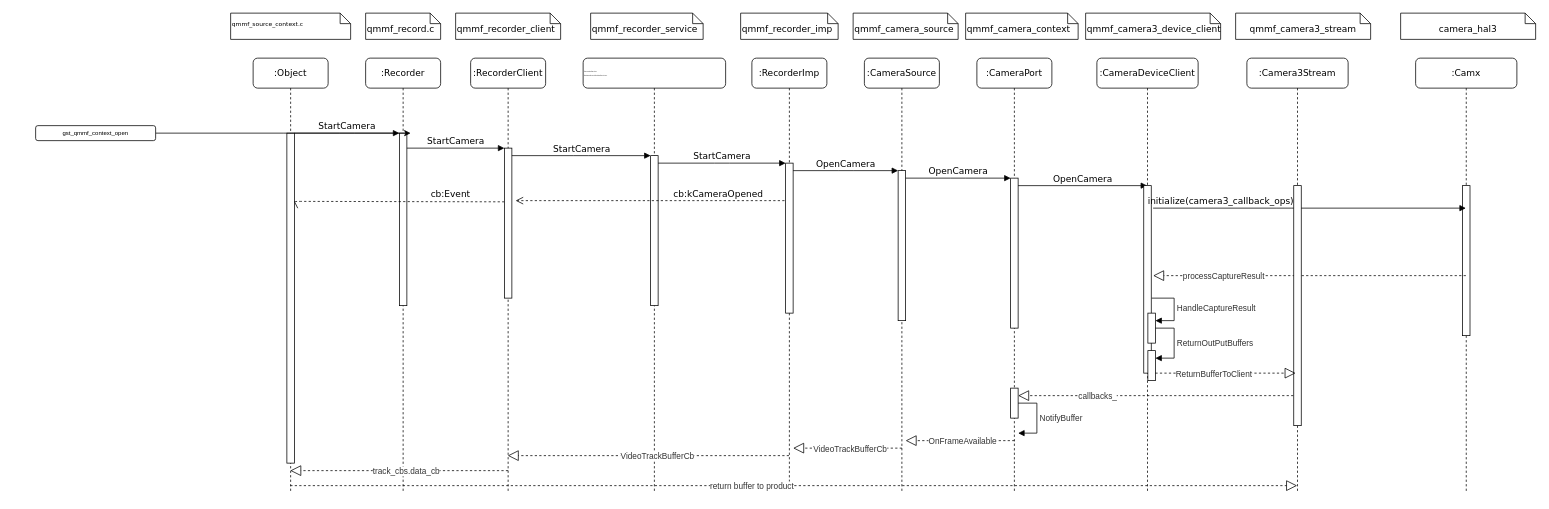
wangcen17/BookNote keeps this draw.io diagram as CameraCapture.drawio. Above is the earlier version. Source tidied: cells renumbered, new cells numbered last; positions are measured from the earlier drawing's top-left corner, leaving out a move shared by most shapes. Both pictures are drawn from the tidied source at 75%, with x=0, y=0 at pixel (35, 13).
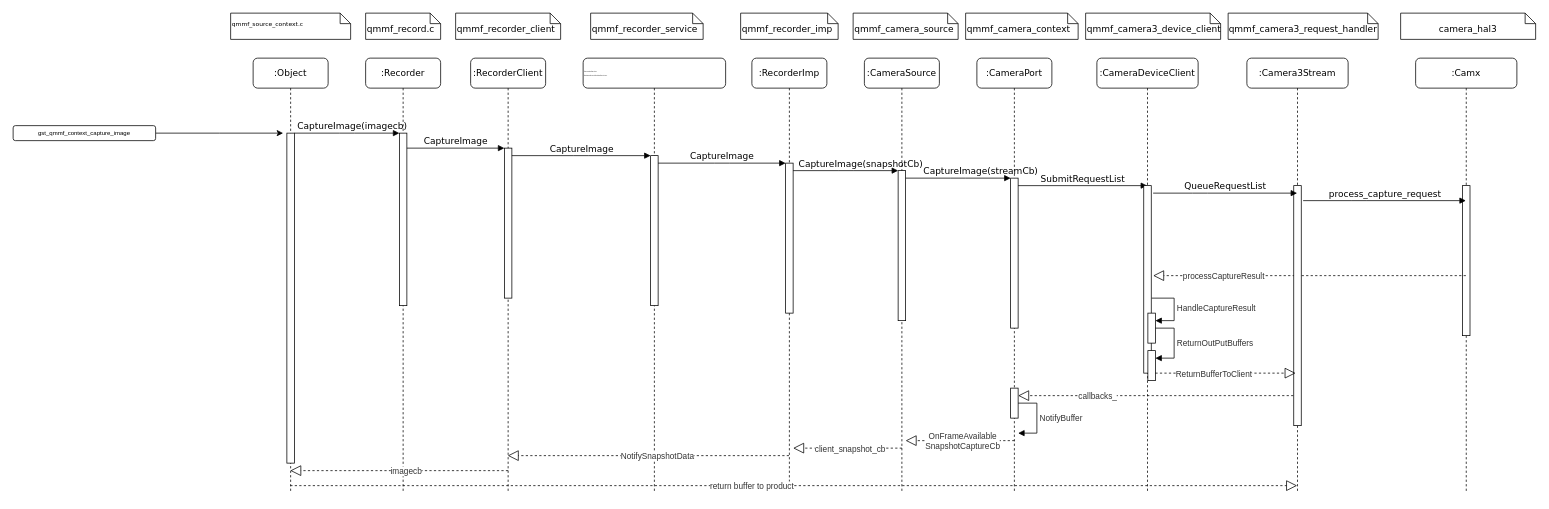
After the change.

Unchanged cells that the change refers to:
```xml
<mxCell id="2" value=":Recorder" style="shape=umlLifeline;perimeter=lifelinePerimeter;whiteSpace=wrap;html=1;rounded=1;shadow=0;comic=0;labelBackgroundColor=none;strokeWidth=1;fontFamily=Verdana;fontSize=12;align=center;" parent="1" vertex="1">
  <mxGeometry x="440" y="60" width="100" height="580" as="geometry" />
</mxCell>
<mxCell id="3" style="html=1;points=[];perimeter=orthogonalPerimeter;rounded=0;shadow=0;comic=0;labelBackgroundColor=none;strokeWidth=1;fontFamily=Verdana;fontSize=12;align=center;" parent="2" vertex="1">
  <mxGeometry x="45" y="100" width="10" height="230" as="geometry" />
</mxCell>
<mxCell id="6" style="html=1;points=[];perimeter=orthogonalPerimeter;rounded=0;shadow=0;comic=0;labelBackgroundColor=none;strokeWidth=1;fontFamily=Verdana;fontSize=12;align=center;" parent="5" vertex="1">
  <mxGeometry x="45" y="120" width="10" height="200" as="geometry" />
</mxCell>
<mxCell id="7" style="endArrow=block;dashed=1;endFill=0;endSize=12;html=1;rounded=0;fontSize=11;fontColor=#333333;" parent="5" edge="1" target="12">
  <mxGeometry relative="1" as="geometry">
    <mxPoint x="50" y="550" as="sourcePoint" />
  </mxGeometry>
</mxCell>
<mxCell id="9" value="&lt;p style=&quot;font-size: 2px;&quot;&gt;RecorderService:&lt;/p&gt;&lt;p style=&quot;font-size: 2px;&quot;&gt;BnInterface&amp;lt;IRcoiderService&amp;gt;&lt;/p&gt;" style="shape=umlLifeline;perimeter=lifelinePerimeter;whiteSpace=wrap;html=1;rounded=1;shadow=0;comic=0;labelBackgroundColor=none;strokeWidth=1;fontFamily=Verdana;fontSize=2;align=left;" parent="1" vertex="1">
  <mxGeometry x="730" y="60" width="190" height="580" as="geometry" />
</mxCell>
<mxCell id="12" value=":Object" style="shape=umlLifeline;perimeter=lifelinePerimeter;whiteSpace=wrap;html=1;outlineConnect=0;rounded=1;shadow=0;comic=0;labelBackgroundColor=none;strokeWidth=1;fontFamily=Verdana;fontSize=12;align=center;" parent="1" vertex="1">
  <mxGeometry x="290" y="60" width="100" height="580" as="geometry" />
</mxCell>
<mxCell id="13" style="html=1;points=[];perimeter=orthogonalPerimeter;rounded=0;shadow=0;comic=0;labelBackgroundColor=none;strokeWidth=1;fontFamily=Verdana;fontSize=12;align=center;" parent="12" vertex="1">
  <mxGeometry x="45" y="100" width="10" height="440" as="geometry" />
</mxCell>
<mxCell id="25" value=":RecorderImp" style="shape=umlLifeline;perimeter=lifelinePerimeter;whiteSpace=wrap;html=1;outlineConnect=0;rounded=1;shadow=0;comic=0;labelBackgroundColor=none;strokeWidth=1;fontFamily=Verdana;fontSize=12;align=center;" parent="1" vertex="1">
  <mxGeometry x="955" y="60" width="100" height="580" as="geometry" />
</mxCell>
<mxCell id="26" style="html=1;points=[];perimeter=orthogonalPerimeter;rounded=0;shadow=0;comic=0;labelBackgroundColor=none;strokeWidth=1;fontFamily=Verdana;fontSize=12;align=center;" parent="25" vertex="1">
  <mxGeometry x="45" y="140" width="10" height="200" as="geometry" />
</mxCell>
<mxCell id="28" value=":CameraSource" style="shape=umlLifeline;perimeter=lifelinePerimeter;whiteSpace=wrap;html=1;rounded=1;shadow=0;comic=0;labelBackgroundColor=none;strokeWidth=1;fontFamily=Verdana;fontSize=12;align=center;" parent="1" vertex="1">
  <mxGeometry x="1105" y="60" width="100" height="580" as="geometry" />
</mxCell>
<mxCell id="32" value=":CameraPort" style="shape=umlLifeline;perimeter=lifelinePerimeter;whiteSpace=wrap;html=1;rounded=1;shadow=0;comic=0;labelBackgroundColor=none;strokeWidth=1;fontFamily=Verdana;fontSize=12;align=center;" parent="1" vertex="1">
  <mxGeometry x="1255" y="60" width="100" height="580" as="geometry" />
</mxCell>
<mxCell id="39" value=":CameraDeviceClient" style="shape=umlLifeline;perimeter=lifelinePerimeter;whiteSpace=wrap;html=1;outlineConnect=0;rounded=1;shadow=0;comic=0;labelBackgroundColor=none;strokeWidth=1;fontFamily=Verdana;fontSize=12;align=center;" parent="1" vertex="1">
  <mxGeometry x="1415" y="60" width="135" height="580" as="geometry" />
</mxCell>
<mxCell id="48" value=":Camx" style="shape=umlLifeline;perimeter=lifelinePerimeter;whiteSpace=wrap;html=1;outlineConnect=0;rounded=1;shadow=0;comic=0;labelBackgroundColor=none;strokeWidth=1;fontFamily=Verdana;fontSize=12;align=center;" parent="1" vertex="1">
  <mxGeometry x="1840" y="60" width="135" height="580" as="geometry" />
</mxCell>
<mxCell id="54" value=":Camera3Stream" style="shape=umlLifeline;perimeter=lifelinePerimeter;whiteSpace=wrap;html=1;outlineConnect=0;rounded=1;shadow=0;comic=0;labelBackgroundColor=none;strokeWidth=1;fontFamily=Verdana;fontSize=12;align=center;" parent="1" vertex="1">
  <mxGeometry x="1615" y="60" width="135" height="580" as="geometry" />
</mxCell>
<mxCell id="58" style="endArrow=block;dashed=1;endFill=0;endSize=12;html=1;rounded=0;fontSize=11;fontColor=#333333;" parent="1" edge="1">
  <mxGeometry relative="1" as="geometry">
    <mxPoint x="1305.1" y="570" as="sourcePoint" />
    <mxPoint x="1160" y="570" as="targetPoint" />
  </mxGeometry>
</mxCell>
<mxCell id="60" style="endArrow=block;dashed=1;endFill=0;endSize=12;html=1;rounded=0;fontSize=11;fontColor=#333333;" parent="1" edge="1">
  <mxGeometry relative="1" as="geometry">
    <mxPoint x="1155.1" y="580" as="sourcePoint" />
    <mxPoint x="1010" y="580" as="targetPoint" />
  </mxGeometry>
</mxCell>
<mxCell id="62" style="endArrow=block;dashed=1;endFill=0;endSize=12;html=1;rounded=0;fontSize=11;fontColor=#333333;" parent="1" edge="1" source="25" target="5">
  <mxGeometry relative="1" as="geometry">
    <Array as="points">
      <mxPoint x="940" y="590" />
    </Array>
  </mxGeometry>
</mxCell>
```

The edit, as a diff of the source:
```diff
@@
-    <mxCell id="4" value="cb:Event" style="html=1;verticalAlign=bottom;endArrow=open;dashed=1;endSize=8;labelBackgroundColor=none;fontFamily=Verdana;fontSize=12;edgeStyle=elbowEdgeStyle;elbow=vertical;exitX=0;exitY=0.358;exitDx=0;exitDy=0;exitPerimeter=0;" parent="2" edge="1" source="6">
-      <mxGeometry x="-0.48" relative="1" as="geometry">
-        <mxPoint x="-95" y="190" as="targetPoint" />
-      </mxGeometry>
-    </mxCell>
@@
-    <mxCell id="8" value="track_cbs.data_cb" style="edgeLabel;html=1;align=center;verticalAlign=middle;fontSize=11;fontColor=#333333;" parent="7" vertex="1">
+    <mxCell id="8" value="imagecb" style="edgeLabel;html=1;align=center;verticalAlign=middle;fontSize=11;fontColor=#333333;" parent="7" vertex="1">
       <mxGeometry x="-0.08" relative="1" as="geometry">
         <mxPoint x="-3" as="offset" />
       </mxGeometry>
     </mxCell>
@@
-    <mxCell id="11" value="StartCamera" style="html=1;verticalAlign=bottom;endArrow=block;labelBackgroundColor=none;fontFamily=Verdana;fontSize=12;edgeStyle=elbowEdgeStyle;elbow=vertical;entryX=0;entryY=0;entryDx=0;entryDy=0;entryPerimeter=0;" parent="9" edge="1" target="26">
+    <mxCell id="11" value="CaptureImage" style="html=1;verticalAlign=bottom;endArrow=block;labelBackgroundColor=none;fontFamily=Verdana;fontSize=12;edgeStyle=elbowEdgeStyle;elbow=vertical;entryX=0;entryY=0;entryDx=0;entryDy=0;entryPerimeter=0;" parent="9" edge="1" target="26">
       <mxGeometry relative="1" as="geometry">
         <mxPoint x="100" y="140" as="sourcePoint" />
       </mxGeometry>
     </mxCell>
@@
-    <mxCell id="14" value="cb:kCameraOpened" style="html=1;verticalAlign=bottom;endArrow=open;dashed=1;endSize=8;labelBackgroundColor=none;fontFamily=Verdana;fontSize=12;edgeStyle=elbowEdgeStyle;elbow=vertical;" parent="12" edge="1" source="25">
-      <mxGeometry x="-0.48" relative="1" as="geometry">
-        <mxPoint x="350" y="190" as="targetPoint" />
-      </mxGeometry>
-    </mxCell>
-    <mxCell id="15" value="StartCamera" style="html=1;verticalAlign=bottom;endArrow=block;labelBackgroundColor=none;fontFamily=Verdana;fontSize=12;edgeStyle=elbowEdgeStyle;elbow=vertical;" parent="1" edge="1" source="6">
+    <mxCell id="15" value="CaptureImage" style="html=1;verticalAlign=bottom;endArrow=block;labelBackgroundColor=none;fontFamily=Verdana;fontSize=12;edgeStyle=elbowEdgeStyle;elbow=vertical;" parent="1" edge="1" source="6">
       <mxGeometry relative="1" as="geometry">
         <mxPoint x="820" y="190" as="targetPoint" />
       </mxGeometry>
     </mxCell>
-    <mxCell id="16" value="StartCamera" style="html=1;verticalAlign=bottom;endArrow=block;entryX=0;entryY=0;labelBackgroundColor=none;fontFamily=Verdana;fontSize=12;edgeStyle=elbowEdgeStyle;elbow=vertical;" parent="1" edge="1" source="13" target="3">
-      <mxGeometry relative="1" as="geometry" />
+    <mxCell id="16" value="CaptureImage(imagecb)" style="html=1;verticalAlign=bottom;endArrow=block;entryX=0;entryY=0;labelBackgroundColor=none;fontFamily=Verdana;fontSize=12;edgeStyle=elbowEdgeStyle;elbow=vertical;" parent="1" edge="1" source="13" target="3">
+      <mxGeometry x="0.1" relative="1" as="geometry" />
     </mxCell>
-    <mxCell id="17" value="StartCamera" style="html=1;verticalAlign=bottom;endArrow=block;entryX=0;entryY=0;labelBackgroundColor=none;fontFamily=Verdana;fontSize=12;edgeStyle=elbowEdgeStyle;elbow=vertical;" parent="1" edge="1" source="3" target="6">
+    <mxCell id="17" value="CaptureImage" style="html=1;verticalAlign=bottom;endArrow=block;entryX=0;entryY=0;labelBackgroundColor=none;fontFamily=Verdana;fontSize=12;edgeStyle=elbowEdgeStyle;elbow=vertical;" parent="1" edge="1" source="3" target="6">
       <mxGeometry relative="1" as="geometry" />
     </mxCell>
@@
     <mxCell id="22" style="edgeStyle=orthogonalEdgeStyle;rounded=0;jettySize=auto;html=1;fontSize=8;" parent="1" edge="1" source="23">
       <mxGeometry relative="1" as="geometry">
-        <mxPoint x="500" y="160" as="targetPoint" />
+        <mxPoint x="330" y="160" as="targetPoint" />
       </mxGeometry>
     </mxCell>
-    <mxCell id="23" value="&lt;font style=&quot;font-size: 8px;&quot;&gt;gst_qmmf_context_open&lt;/font&gt;" style="rounded=1;whiteSpace=wrap;html=1;fontSize=5;" parent="1" vertex="1">
-      <mxGeometry y="150" width="160" height="20" as="geometry" />
+    <mxCell id="23" value="&lt;font style=&quot;font-size: 8px;&quot;&gt;gst_qmmf_context_capture_image&lt;/font&gt;" style="rounded=1;whiteSpace=wrap;html=1;fontSize=5;" parent="1" vertex="1">
+      <mxGeometry x="-30" y="150" width="190" height="20" as="geometry" />
     </mxCell>
@@
-    <mxCell id="30" value="OpenCamera" style="html=1;verticalAlign=bottom;endArrow=block;labelBackgroundColor=none;fontFamily=Verdana;fontSize=12;edgeStyle=elbowEdgeStyle;elbow=vertical;" parent="28" edge="1">
-      <mxGeometry relative="1" as="geometry">
+    <mxCell id="30" value="CaptureImage(snapshotCb)" style="html=1;verticalAlign=bottom;endArrow=block;labelBackgroundColor=none;fontFamily=Verdana;fontSize=12;edgeStyle=elbowEdgeStyle;elbow=vertical;" parent="28" edge="1">
+      <mxGeometry x="0.28" relative="1" as="geometry">
         <mxPoint x="-95" y="150" as="sourcePoint" />
         <mxPoint x="45" y="150" as="targetPoint" />
       </mxGeometry>
     </mxCell>
@@
-    <mxCell id="34" value="OpenCamera" style="html=1;verticalAlign=bottom;endArrow=block;labelBackgroundColor=none;fontFamily=Verdana;fontSize=12;edgeStyle=elbowEdgeStyle;elbow=vertical;" parent="32" edge="1" target="39">
+    <mxCell id="34" value="SubmitRequestList" style="html=1;verticalAlign=bottom;endArrow=block;labelBackgroundColor=none;fontFamily=Verdana;fontSize=12;edgeStyle=elbowEdgeStyle;elbow=vertical;" parent="32" edge="1" target="39">
       <mxGeometry relative="1" as="geometry">
         <mxPoint x="55" y="170" as="sourcePoint" />
       </mxGeometry>
     </mxCell>
@@
-    <mxCell id="37" value="OpenCamera" style="html=1;verticalAlign=bottom;endArrow=block;labelBackgroundColor=none;fontFamily=Verdana;fontSize=12;edgeStyle=elbowEdgeStyle;elbow=vertical;" parent="1" edge="1">
-      <mxGeometry relative="1" as="geometry">
+    <mxCell id="37" value="CaptureImage(streamCb)" style="html=1;verticalAlign=bottom;endArrow=block;labelBackgroundColor=none;fontFamily=Verdana;fontSize=12;edgeStyle=elbowEdgeStyle;elbow=vertical;" parent="1" edge="1">
+      <mxGeometry x="0.43" relative="1" as="geometry">
         <mxPoint x="1160" y="220" as="sourcePoint" />
         <mxPoint x="1300" y="220" as="targetPoint" />
       </mxGeometry>
     </mxCell>
@@
-    <mxCell id="50" value="initialize(camera3_callback_ops)" style="html=1;verticalAlign=bottom;endArrow=block;labelBackgroundColor=none;fontFamily=Verdana;fontSize=12;edgeStyle=elbowEdgeStyle;elbow=vertical;" parent="1" edge="1" target="48">
-      <mxGeometry x="-0.57" relative="1" as="geometry">
-        <mxPoint x="1490" y="260" as="sourcePoint" />
-      </mxGeometry>
-    </mxCell>
@@
-    <mxCell id="53" value="&lt;br style=&quot;border-color: var(--border-color); text-align: left;&quot;&gt;qmmf_camera3_stream" style="shape=note;whiteSpace=wrap;html=1;size=14;verticalAlign=top;align=center;spacingTop=-6;rounded=0;shadow=0;comic=0;labelBackgroundColor=none;strokeWidth=1;fontFamily=Verdana;fontSize=12;" parent="1" vertex="1">
-      <mxGeometry x="1600" width="180" height="35" as="geometry" />
+    <mxCell id="53" value="&lt;br style=&quot;border-color: var(--border-color); text-align: left;&quot;&gt;qmmf_camera3_request_handler" style="shape=note;whiteSpace=wrap;html=1;size=14;verticalAlign=top;align=center;spacingTop=-6;rounded=0;shadow=0;comic=0;labelBackgroundColor=none;strokeWidth=1;fontFamily=Verdana;fontSize=12;" parent="1" vertex="1">
+      <mxGeometry x="1590" width="200" height="35" as="geometry" />
     </mxCell>
@@
-    <mxCell id="59" value="OnFrameAvailable" style="edgeLabel;html=1;align=center;verticalAlign=middle;fontSize=11;fontColor=#333333;" parent="58" vertex="1">
+    <mxCell id="59" value="OnFrameAvailable&lt;br&gt;SnapshotCaptureCb" style="edgeLabel;html=1;align=center;verticalAlign=middle;fontSize=11;fontColor=#333333;" parent="58" vertex="1">
       <mxGeometry x="-0.08" relative="1" as="geometry">
         <mxPoint x="-3" as="offset" />
       </mxGeometry>
     </mxCell>
@@
-    <mxCell id="61" value="VideoTrackBufferCb" style="edgeLabel;html=1;align=center;verticalAlign=middle;fontSize=11;fontColor=#333333;" parent="60" vertex="1">
+    <mxCell id="61" value="client_snapshot_cb" style="edgeLabel;html=1;align=center;verticalAlign=middle;fontSize=11;fontColor=#333333;" parent="60" vertex="1">
       <mxGeometry x="-0.08" relative="1" as="geometry">
         <mxPoint x="-3" as="offset" />
       </mxGeometry>
     </mxCell>
@@
-    <mxCell id="63" value="VideoTrackBufferCb" style="edgeLabel;html=1;align=center;verticalAlign=middle;fontSize=11;fontColor=#333333;" parent="62" vertex="1">
+    <mxCell id="63" value="NotifySnapshotData" style="edgeLabel;html=1;align=center;verticalAlign=middle;fontSize=11;fontColor=#333333;" parent="62" vertex="1">
       <mxGeometry x="-0.08" relative="1" as="geometry">
         <mxPoint x="-3" as="offset" />
       </mxGeometry>
     </mxCell>
@@
+    <mxCell id="66" value="QueueRequestList" style="html=1;verticalAlign=bottom;endArrow=block;labelBackgroundColor=none;fontFamily=Verdana;fontSize=12;edgeStyle=elbowEdgeStyle;elbow=vertical;" parent="1" edge="1" target="54">
+      <mxGeometry relative="1" as="geometry">
+        <mxPoint x="1490" y="240" as="sourcePoint" />
+      </mxGeometry>
+    </mxCell>
+    <mxCell id="67" value="process_capture_request" style="html=1;verticalAlign=bottom;endArrow=block;labelBackgroundColor=none;fontFamily=Verdana;fontSize=12;edgeStyle=elbowEdgeStyle;elbow=vertical;" parent="1" edge="1" target="48">
+      <mxGeometry relative="1" as="geometry">
+        <mxPoint x="1690" y="250" as="sourcePoint" />
+      </mxGeometry>
+    </mxCell>
```
